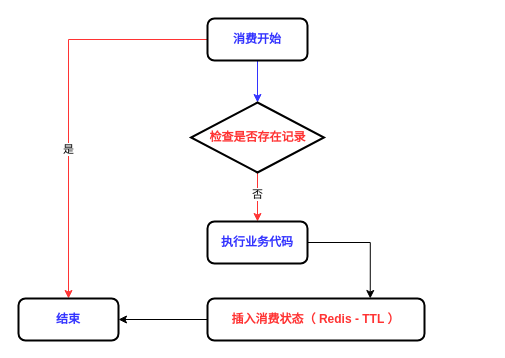
pl06972515/DOCS121 keeps this draw.io diagram as docs/wwwroot/UML/T1.0.0.drawio. Above is the earlier version. Source tidied: cells renumbered, new cells numbered last; positions are measured from the earlier drawing's top-left corner, leaving out a move shared by most shapes. Both pictures are drawn from the tidied source at 100%, with x=0, y=0 at pixel (18, 18).
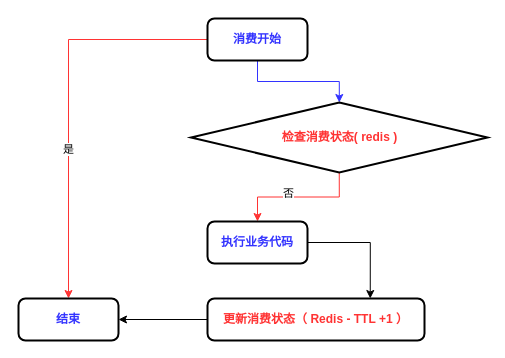
Above is the later version.

The edit, as a diff of the source:
```diff
@@
 <mxGraphModel>
   <root>
     <mxCell id="0" />
     <mxCell id="1" parent="0" />
     <mxCell id="2" style="edgeStyle=orthogonalEdgeStyle;rounded=0;jettySize=auto;html=1;strokeColor=#3333FF;" parent="1" edge="1" source="5" target="8">
       <mxGeometry relative="1" as="geometry" />
     </mxCell>
     <mxCell id="3" style="edgeStyle=orthogonalEdgeStyle;rounded=0;jettySize=auto;html=1;strokeColor=#FF3333;" parent="1" edge="1" source="5" target="9">
       <mxGeometry relative="1" as="geometry" />
     </mxCell>
     <mxCell id="4" value="是" style="edgeLabel;html=1;align=center;verticalAlign=middle;" parent="3" vertex="1">
       <mxGeometry x="0.13" y="1" relative="1" as="geometry">
         <mxPoint x="-2" y="23" as="offset" />
       </mxGeometry>
     </mxCell>
     <mxCell id="5" value="&lt;b&gt;&lt;font style=&quot;color: rgb(51, 51, 255);&quot;&gt;消费开始&lt;/font&gt;&lt;/b&gt;" style="rounded=1;whiteSpace=wrap;html=1;absoluteArcSize=1;arcSize=14;strokeWidth=2;" parent="1" vertex="1">
       <mxGeometry x="189" width="100" height="42" as="geometry" />
     </mxCell>
     <mxCell id="6" style="edgeStyle=orthogonalEdgeStyle;rounded=0;jettySize=auto;html=1;exitX=0.5;exitY=1;exitDx=0;exitDy=0;exitPerimeter=0;strokeColor=#FF3333;" parent="1" edge="1" source="8" target="11">
       <mxGeometry relative="1" as="geometry" />
     </mxCell>
     <mxCell id="7" value="否" style="edgeLabel;html=1;align=center;verticalAlign=middle;" parent="6" vertex="1">
       <mxGeometry x="0.11" y="2" relative="1" as="geometry">
         <mxPoint x="-3" y="-6" as="offset" />
       </mxGeometry>
     </mxCell>
-    <mxCell id="8" value="&lt;b&gt;&lt;font style=&quot;color: rgb(255, 51, 51);&quot;&gt;检查是否存在记录&lt;/font&gt;&lt;/b&gt;" style="strokeWidth=2;html=1;shape=mxgraph.flowchart.decision;whiteSpace=wrap;" parent="1" vertex="1">
-      <mxGeometry x="172.5" y="84" width="133" height="70" as="geometry" />
+    <mxCell id="8" value="&lt;b&gt;&lt;font style=&quot;color: rgb(255, 51, 51);&quot;&gt;检查消费状态( redis )&lt;/font&gt;&lt;/b&gt;" style="strokeWidth=2;html=1;shape=mxgraph.flowchart.decision;whiteSpace=wrap;" parent="1" vertex="1">
+      <mxGeometry x="172.5" y="84" width="296.5" height="70" as="geometry" />
     </mxCell>
     <mxCell id="9" value="&lt;b&gt;&lt;font style=&quot;color: rgb(51, 51, 255);&quot;&gt;结束&lt;/font&gt;&lt;/b&gt;" style="rounded=1;whiteSpace=wrap;html=1;absoluteArcSize=1;arcSize=14;strokeWidth=2;" parent="1" vertex="1">
       <mxGeometry y="280" width="100" height="42" as="geometry" />
     </mxCell>
     <mxCell id="10" style="edgeStyle=orthogonalEdgeStyle;rounded=0;jettySize=auto;html=1;entryX=0.75;entryY=0;entryDx=0;entryDy=0;exitX=1;exitY=0.5;exitDx=0;exitDy=0;" parent="1" edge="1" source="11" target="13">
       <mxGeometry relative="1" as="geometry" />
     </mxCell>
     <mxCell id="11" value="&lt;b&gt;&lt;font style=&quot;color: rgb(51, 51, 255);&quot;&gt;执行业务代码&lt;/font&gt;&lt;/b&gt;" style="rounded=1;whiteSpace=wrap;html=1;absoluteArcSize=1;arcSize=14;strokeWidth=2;" parent="1" vertex="1">
       <mxGeometry x="189" y="203" width="100" height="42" as="geometry" />
     </mxCell>
     <mxCell id="12" style="edgeStyle=orthogonalEdgeStyle;rounded=0;jettySize=auto;html=1;entryX=1;entryY=0.5;entryDx=0;entryDy=0;" parent="1" edge="1" source="13" target="9">
       <mxGeometry relative="1" as="geometry" />
     </mxCell>
-    <mxCell id="13" value="&lt;b&gt;&lt;font style=&quot;color: rgb(255, 51, 51);&quot;&gt;插入消费状态（ Redis - TTL ）&lt;/font&gt;&lt;/b&gt;" style="rounded=1;whiteSpace=wrap;html=1;absoluteArcSize=1;arcSize=14;strokeWidth=2;" parent="1" vertex="1">
+    <mxCell id="13" value="&lt;b&gt;&lt;font style=&quot;color: rgb(255, 51, 51);&quot;&gt;更新消费状态（ Redis - TTL +1 ）&lt;/font&gt;&lt;/b&gt;" style="rounded=1;whiteSpace=wrap;html=1;absoluteArcSize=1;arcSize=14;strokeWidth=2;" parent="1" vertex="1">
       <mxGeometry x="189" y="280" width="217" height="42" as="geometry" />
     </mxCell>
   </root>
 </mxGraphModel>
```
